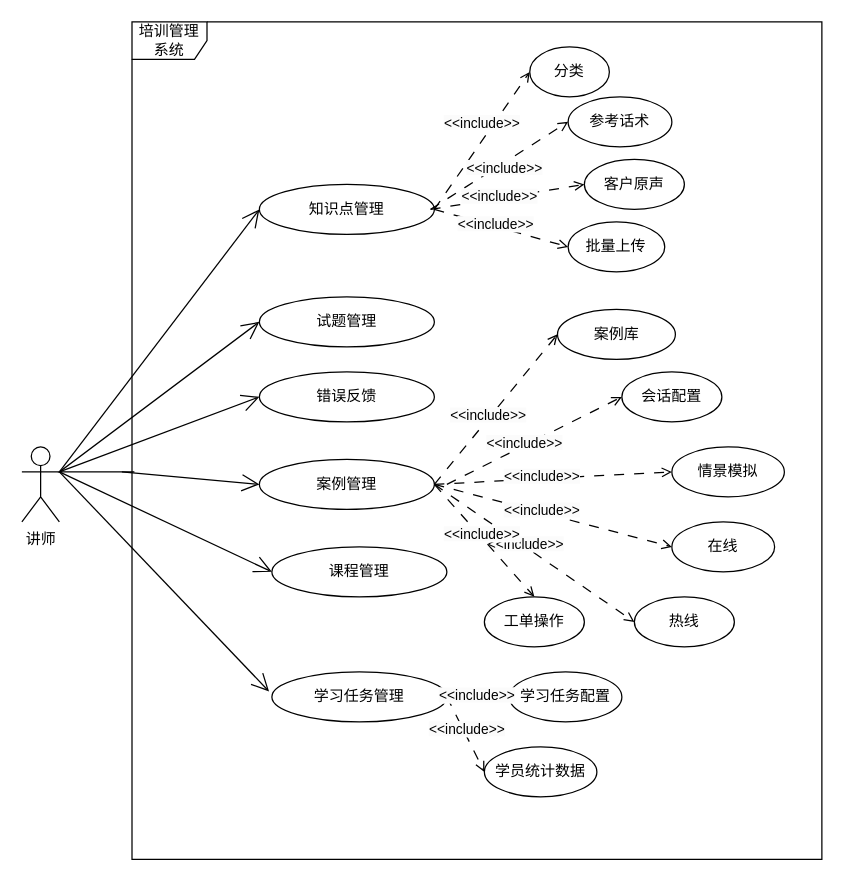
cgshao02/graduation_picture keeps this draw.io diagram as 用例图_讲师.drawio. Above is the earlier version. Source tidied: cells renumbered, new cells numbered last; positions are measured from the earlier drawing's top-left corner, leaving out a move shared by most shapes. Both pictures are drawn from the tidied source at 125%, with x=0, y=0 at pixel (21, 21).
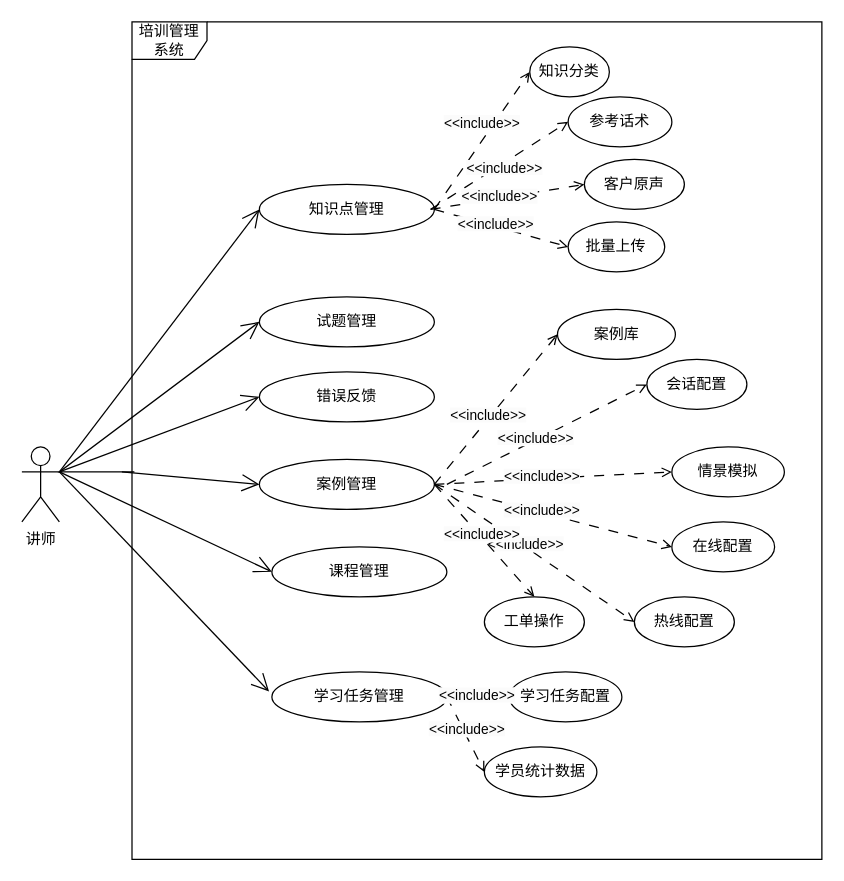
Above is the later version.

Commit message:
更新用例图_讲师.drawio

The edit, as a diff of the source:
```diff
@@
-    <mxCell id="16" value="分类" style="ellipse;whiteSpace=wrap;html=1;" parent="1" vertex="1">
+    <mxCell id="16" value="知识分类" style="ellipse;whiteSpace=wrap;html=1;" parent="1" vertex="1">
       <mxGeometry x="406.3" y="20" width="63.7" height="40" as="geometry" />
     </mxCell>
@@
     <mxCell id="24" value="会话配置" style="ellipse;whiteSpace=wrap;html=1;" parent="1" vertex="1">
-      <mxGeometry x="480" y="280" width="80" height="40" as="geometry" />
+      <mxGeometry x="500" y="270" width="80" height="40" as="geometry" />
     </mxCell>
@@
-    <mxCell id="37" value="热线" style="ellipse;whiteSpace=wrap;html=1;" parent="1" vertex="1">
+    <mxCell id="37" value="热线配置" style="ellipse;whiteSpace=wrap;html=1;" parent="1" vertex="1">
       <mxGeometry x="490" y="460" width="80" height="40" as="geometry" />
     </mxCell>
-    <mxCell id="38" value="在线" style="ellipse;whiteSpace=wrap;html=1;" parent="1" vertex="1">
+    <mxCell id="38" value="在线配置" style="ellipse;whiteSpace=wrap;html=1;" parent="1" vertex="1">
       <mxGeometry x="520" y="400" width="82.2" height="40" as="geometry" />
     </mxCell>
```
